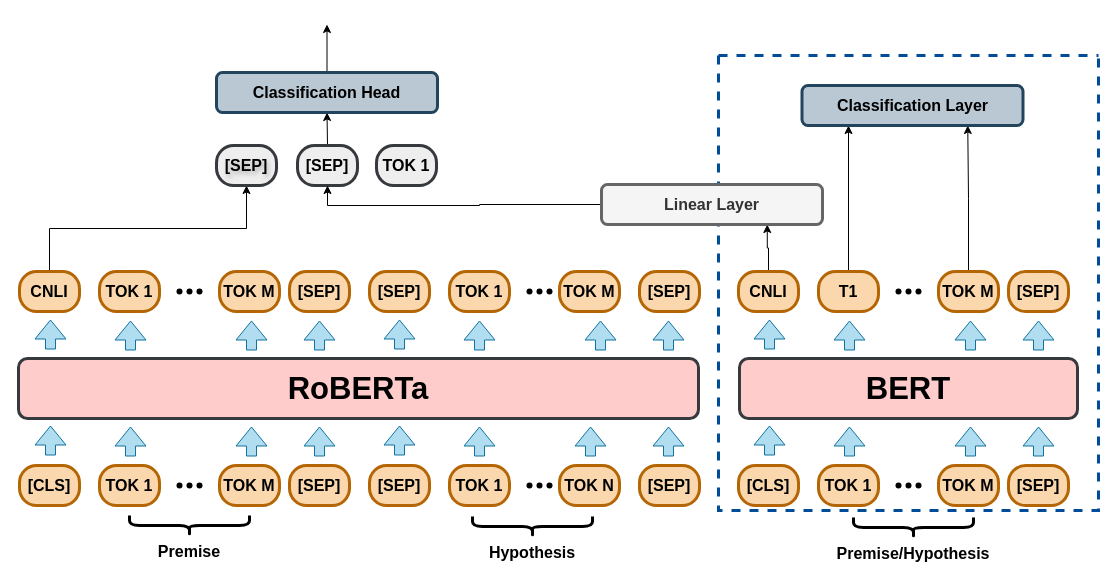
Before: RoBERTa.drawio in JinboYao/mentalHealthPrediction, a draw.io diagram. Source tidied: cells renumbered, new cells numbered last; positions are measured from the earlier drawing's top-left corner, leaving out a move shared by most shapes. Both pictures are drawn from the tidied source at 100%, with x=0, y=0 at pixel (18, 24).
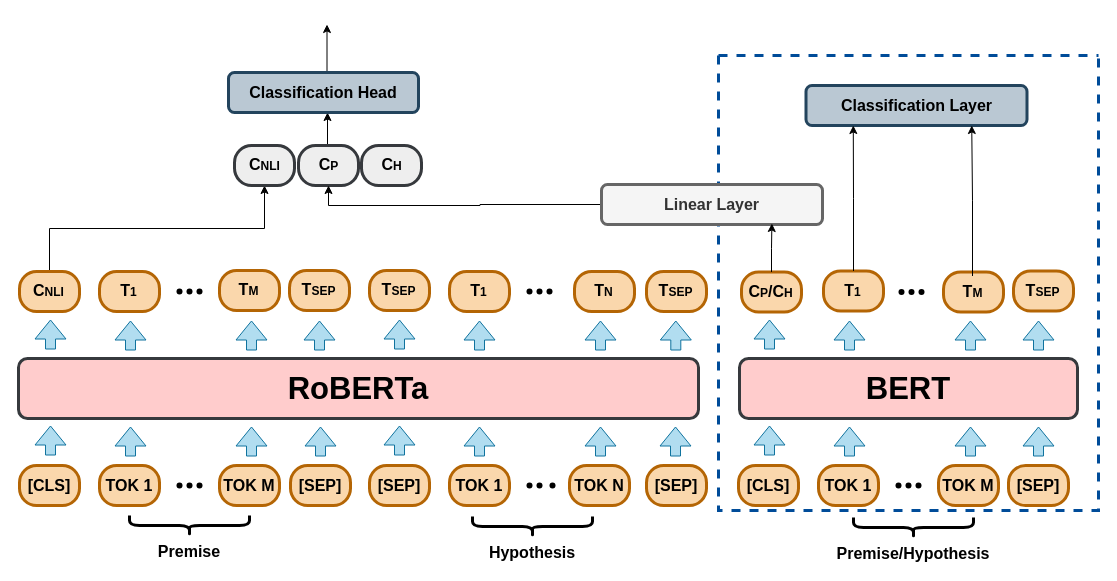
The same page after the edit.

The change refers to these unchanged cells:
```xml
<mxCell id="82" style="swimlane;startSize=0;strokeWidth=3;dashed=1;strokeColor=#004C99;" parent="1" vertex="1">
  <mxGeometry x="700" y="31" width="380" height="455" as="geometry" />
</mxCell>
<mxCell id="83" value="&lt;font style=&quot;font-size: 16px;&quot; face=&quot;Helvetica&quot;&gt;&lt;b style=&quot;font-size: 16px;&quot;&gt;Linear&amp;nbsp;&lt;/b&gt;&lt;/font&gt;&lt;b style=&quot;font-size: 16px;&quot;&gt;Layer&lt;/b&gt;" style="rounded=1;whiteSpace=wrap;html=1;strokeWidth=3;fillColor=#f5f5f5;strokeColor=#666666;fontColor=#333333;fontSize=16;" parent="1" vertex="1">
  <mxGeometry x="583" y="160" width="221" height="40" as="geometry" />
</mxCell>
```

Change to the diagram source:
```diff
@@
     <mxCell id="4" style="shape=flexArrow;endArrow=classic;html=1;rounded=0;fillColor=#b1ddf0;strokeColor=#10739e;" parent="1" edge="1">
       <mxGeometry relative="1" as="geometry">
-        <mxPoint x="301" y="432" as="sourcePoint" />
-        <mxPoint x="301" y="402" as="targetPoint" />
+        <mxPoint x="302" y="432" as="sourcePoint" />
+        <mxPoint x="302" y="402" as="targetPoint" />
       </mxGeometry>
     </mxCell>
@@
     <mxCell id="9" value="[SEP]" style="whiteSpace=wrap;align=center;verticalAlign=middle;fontStyle=1;strokeWidth=3;fillColor=#fad7ac;strokeColor=#b46504;rounded=1;arcSize=43;fontSize=16;" parent="1" vertex="1">
-      <mxGeometry x="271" y="441" width="60" height="40" as="geometry" />
+      <mxGeometry x="272" y="441" width="60" height="40" as="geometry" />
     </mxCell>
@@
     <mxCell id="15" value="TOK N" style="whiteSpace=wrap;align=center;verticalAlign=middle;fontStyle=1;strokeWidth=3;fillColor=#fad7ac;strokeColor=#b46504;rounded=1;arcSize=43;fontSize=16;" parent="1" vertex="1">
-      <mxGeometry x="541" y="441" width="60" height="40" as="geometry" />
+      <mxGeometry x="551" y="441" width="60" height="40" as="geometry" />
     </mxCell>
@@
     <mxCell id="17" style="shape=waypoint;sketch=0;fillStyle=solid;size=6;fillColor=none;perimeter=centerPerimeter;fontSize=16;" parent="1" vertex="1">
-      <mxGeometry x="521" y="451" width="20" height="20" as="geometry" />
+      <mxGeometry x="524" y="451" width="20" height="20" as="geometry" />
     </mxCell>
@@
     <mxCell id="19" value="[SEP]" style="whiteSpace=wrap;align=center;verticalAlign=middle;fontStyle=1;strokeWidth=3;fillColor=#fad7ac;strokeColor=#b46504;rounded=1;arcSize=43;fontSize=16;" parent="1" vertex="1">
-      <mxGeometry x="621" y="441" width="60" height="40" as="geometry" />
+      <mxGeometry x="628" y="441" width="60" height="40" as="geometry" />
     </mxCell>
@@
     <mxCell id="22" style="shape=flexArrow;endArrow=classic;html=1;rounded=0;fillColor=#b1ddf0;strokeColor=#10739e;" parent="1" edge="1">
       <mxGeometry relative="1" as="geometry">
-        <mxPoint x="650" y="432" as="sourcePoint" />
-        <mxPoint x="650" y="402" as="targetPoint" />
+        <mxPoint x="657" y="432" as="sourcePoint" />
+        <mxPoint x="657" y="402" as="targetPoint" />
       </mxGeometry>
     </mxCell>
     <mxCell id="23" style="shape=flexArrow;endArrow=classic;html=1;rounded=0;fillColor=#b1ddf0;strokeColor=#10739e;" parent="1" edge="1">
       <mxGeometry relative="1" as="geometry">
-        <mxPoint x="572" y="432" as="sourcePoint" />
-        <mxPoint x="572" y="402" as="targetPoint" />
+        <mxPoint x="582" y="432" as="sourcePoint" />
+        <mxPoint x="582" y="402" as="targetPoint" />
       </mxGeometry>
     </mxCell>
@@
-    <mxCell id="26" value="CNLI" style="whiteSpace=wrap;align=center;verticalAlign=middle;fontStyle=1;strokeWidth=3;fillColor=#fad7ac;strokeColor=#b46504;rounded=1;arcSize=43;fontSize=16;" parent="1" vertex="1">
+    <mxCell id="26" style="whiteSpace=wrap;align=center;verticalAlign=middle;fontStyle=1;strokeWidth=3;fillColor=#fad7ac;strokeColor=#b46504;rounded=1;arcSize=43;fontSize=16;" parent="1" vertex="1">
       <mxGeometry x="1" y="247" width="60" height="40" as="geometry" />
     </mxCell>
-    <mxCell id="27" value="TOK 1" style="whiteSpace=wrap;align=center;verticalAlign=middle;fontStyle=1;strokeWidth=3;fillColor=#fad7ac;strokeColor=#b46504;rounded=1;arcSize=43;flipH=1;fontSize=16;" parent="1" vertex="1">
-      <mxGeometry x="81" y="247" width="60" height="40" as="geometry" />
-    </mxCell>
-    <mxCell id="28" value="TOK M" style="whiteSpace=wrap;align=center;verticalAlign=middle;fontStyle=1;strokeWidth=3;fillColor=#fad7ac;strokeColor=#b46504;rounded=1;arcSize=43;fontSize=16;" parent="1" vertex="1">
-      <mxGeometry x="201" y="247" width="60" height="40" as="geometry" />
-    </mxCell>
-    <mxCell id="29" value="[SEP]" style="whiteSpace=wrap;align=center;verticalAlign=middle;fontStyle=1;strokeWidth=3;fillColor=#fad7ac;strokeColor=#b46504;rounded=1;arcSize=43;fontSize=16;" parent="1" vertex="1">
-      <mxGeometry x="271" y="247" width="60" height="40" as="geometry" />
-    </mxCell>
-    <mxCell id="30" value="[SEP]" style="whiteSpace=wrap;align=center;verticalAlign=middle;fontStyle=1;strokeWidth=3;fillColor=#fad7ac;strokeColor=#b46504;rounded=1;arcSize=43;fontSize=16;" parent="1" vertex="1">
-      <mxGeometry x="351" y="247" width="60" height="40" as="geometry" />
-    </mxCell>
@@
-    <mxCell id="34" value="TOK 1" style="whiteSpace=wrap;align=center;verticalAlign=middle;fontStyle=1;strokeWidth=3;fillColor=#fad7ac;strokeColor=#b46504;rounded=1;arcSize=43;fontSize=16;" parent="1" vertex="1">
-      <mxGeometry x="431" y="247" width="60" height="40" as="geometry" />
-    </mxCell>
-    <mxCell id="35" value="TOK M" style="whiteSpace=wrap;align=center;verticalAlign=middle;fontStyle=1;strokeWidth=3;fillColor=#fad7ac;strokeColor=#b46504;rounded=1;arcSize=43;fontSize=16;" parent="1" vertex="1">
-      <mxGeometry x="541" y="247" width="60" height="40" as="geometry" />
-    </mxCell>
@@
-    <mxCell id="39" value="[SEP]" style="whiteSpace=wrap;align=center;verticalAlign=middle;fontStyle=1;strokeWidth=3;fillColor=#fad7ac;strokeColor=#b46504;rounded=1;arcSize=43;fontSize=16;" parent="1" vertex="1">
-      <mxGeometry x="621" y="247" width="60" height="40" as="geometry" />
-    </mxCell>
@@
     <mxCell id="46" style="shape=flexArrow;endArrow=classic;html=1;rounded=0;fillColor=#b1ddf0;strokeColor=#10739e;" parent="1" edge="1">
       <mxGeometry relative="1" as="geometry">
-        <mxPoint x="650" y="326" as="sourcePoint" />
-        <mxPoint x="650" y="296" as="targetPoint" />
+        <mxPoint x="657.3" y="326" as="sourcePoint" />
+        <mxPoint x="657.3" y="296" as="targetPoint" />
       </mxGeometry>
     </mxCell>
@@
-    <mxCell id="48" value="[SEP]" style="whiteSpace=wrap;align=center;verticalAlign=middle;fontStyle=1;strokeWidth=3;fillColor=#eeeeee;strokeColor=#36393d;rounded=1;arcSize=43;fontSize=16;textShadow=1;" parent="1" vertex="1">
-      <mxGeometry x="198" y="121" width="60" height="40" as="geometry" />
+    <mxCell id="48" style="whiteSpace=wrap;align=center;verticalAlign=middle;fontStyle=1;strokeWidth=3;fillColor=#eeeeee;strokeColor=#36393d;rounded=1;arcSize=43;fontSize=16;textShadow=1;" parent="1" vertex="1">
+      <mxGeometry x="216" y="121" width="60" height="40" as="geometry" />
     </mxCell>
-    <mxCell id="49" style="edgeStyle=orthogonalEdgeStyle;rounded=0;jettySize=auto;html=1;exitX=0.5;exitY=0;exitDx=0;exitDy=0;entryX=0.5;entryY=1;entryDx=0;entryDy=0;" parent="1" edge="1" source="50" target="53">
-      <mxGeometry relative="1" as="geometry" />
+    <mxCell id="49" style="edgeStyle=orthogonalEdgeStyle;rounded=0;orthogonalLoop=1;jettySize=auto;html=1;exitX=0.5;exitY=0;exitDx=0;exitDy=0;entryX=0.5;entryY=1;entryDx=0;entryDy=0;" parent="1" edge="1">
+      <mxGeometry relative="1" as="geometry">
+        <mxPoint x="314" y="121" as="sourcePoint" />
+        <mxPoint x="309" y="88" as="targetPoint" />
+      </mxGeometry>
     </mxCell>
-    <mxCell id="50" value="[SEP]" style="whiteSpace=wrap;align=center;verticalAlign=middle;fontStyle=1;strokeWidth=3;fillColor=#eeeeee;strokeColor=#36393d;rounded=1;arcSize=43;fontSize=16;" parent="1" vertex="1">
-      <mxGeometry x="279" y="121" width="60" height="40" as="geometry" />
+    <mxCell id="50" style="whiteSpace=wrap;align=center;verticalAlign=middle;fontStyle=1;strokeWidth=3;fillColor=#eeeeee;strokeColor=#36393d;rounded=1;arcSize=43;fontSize=16;" parent="1" vertex="1">
+      <mxGeometry x="280" y="121" width="60" height="40" as="geometry" />
     </mxCell>
-    <mxCell id="51" value="TOK 1" style="whiteSpace=wrap;align=center;verticalAlign=middle;fontStyle=1;strokeWidth=3;fillColor=#eeeeee;strokeColor=#36393d;rounded=1;arcSize=43;fontSize=16;" parent="1" vertex="1">
-      <mxGeometry x="358" y="121" width="60" height="40" as="geometry" />
+    <mxCell id="51" style="whiteSpace=wrap;align=center;verticalAlign=middle;fontStyle=1;strokeWidth=3;fillColor=#eeeeee;strokeColor=#36393d;rounded=1;arcSize=43;fontSize=16;" parent="1" vertex="1">
+      <mxGeometry x="343" y="121" width="60" height="40" as="geometry" />
     </mxCell>
@@
     <mxCell id="53" value="&lt;font face=&quot;Helvetica&quot; style=&quot;font-size: 16px;&quot;&gt;&lt;b style=&quot;font-size: 16px;&quot;&gt;Classification Head&lt;/b&gt;&lt;/font&gt;" style="rounded=1;whiteSpace=wrap;html=1;strokeWidth=3;fillColor=#bac8d3;strokeColor=#23445d;fontSize=16;" parent="1" vertex="1">
-      <mxGeometry x="198" y="48" width="221" height="40" as="geometry" />
+      <mxGeometry x="210" y="48" width="190" height="40" as="geometry" />
     </mxCell>
@@
-    <mxCell id="65" style="edgeStyle=orthogonalEdgeStyle;rounded=0;jettySize=auto;html=1;exitX=0.5;exitY=0;exitDx=0;exitDy=0;entryX=0.75;entryY=1;entryDx=0;entryDy=0;" parent="1" edge="1" source="66" target="83">
-      <mxGeometry relative="1" as="geometry" />
-    </mxCell>
-    <mxCell id="66" value="CNLI" style="whiteSpace=wrap;align=center;verticalAlign=middle;fontStyle=1;strokeWidth=3;fillColor=#fad7ac;strokeColor=#b46504;rounded=1;arcSize=43;fontSize=16;" parent="1" vertex="1">
-      <mxGeometry x="720" y="247" width="60" height="40" as="geometry" />
-    </mxCell>
-    <mxCell id="67" style="edgeStyle=orthogonalEdgeStyle;rounded=0;jettySize=auto;html=1;exitX=0.5;exitY=0;exitDx=0;exitDy=0;" parent="1" edge="1" source="68">
-      <mxGeometry relative="1" as="geometry">
-        <mxPoint x="830" y="101" as="targetPoint" />
-      </mxGeometry>
-    </mxCell>
-    <mxCell id="68" value="T1" style="whiteSpace=wrap;align=center;verticalAlign=middle;fontStyle=1;strokeWidth=3;fillColor=#fad7ac;strokeColor=#b46504;rounded=1;arcSize=43;flipH=1;fontSize=16;" parent="1" vertex="1">
-      <mxGeometry x="800" y="247" width="60" height="40" as="geometry" />
-    </mxCell>
-    <mxCell id="69" style="edgeStyle=orthogonalEdgeStyle;rounded=0;jettySize=auto;html=1;exitX=0.5;exitY=0;exitDx=0;exitDy=0;entryX=0.75;entryY=1;entryDx=0;entryDy=0;" parent="1" edge="1" source="70" target="80">
-      <mxGeometry relative="1" as="geometry" />
-    </mxCell>
-    <mxCell id="70" value="TOK M" style="whiteSpace=wrap;align=center;verticalAlign=middle;fontStyle=1;strokeWidth=3;fillColor=#fad7ac;strokeColor=#b46504;rounded=1;arcSize=43;fontSize=16;" parent="1" vertex="1">
-      <mxGeometry x="920" y="247" width="60" height="40" as="geometry" />
-    </mxCell>
-    <mxCell id="71" value="[SEP]" style="whiteSpace=wrap;align=center;verticalAlign=middle;fontStyle=1;strokeWidth=3;fillColor=#fad7ac;strokeColor=#b46504;rounded=1;arcSize=43;fontSize=16;" parent="1" vertex="1">
-      <mxGeometry x="990" y="247" width="60" height="40" as="geometry" />
-    </mxCell>
-    <mxCell id="72" style="shape=waypoint;sketch=0;fillStyle=solid;size=6;fillColor=none;perimeter=centerPerimeter;fontSize=16;" parent="1" vertex="1">
-      <mxGeometry x="870" y="257" width="20" height="20" as="geometry" />
-    </mxCell>
-    <mxCell id="73" style="shape=waypoint;sketch=0;fillStyle=solid;size=6;fillColor=none;perimeter=centerPerimeter;fontSize=16;" parent="1" vertex="1">
-      <mxGeometry x="890" y="257" width="20" height="20" as="geometry" />
-    </mxCell>
-    <mxCell id="74" style="shape=waypoint;sketch=0;fillStyle=solid;size=6;fillColor=none;perimeter=centerPerimeter;fontSize=16;" parent="1" vertex="1">
-      <mxGeometry x="880" y="257" width="20" height="20" as="geometry" />
-    </mxCell>
@@
     <mxCell id="80" value="&lt;font style=&quot;font-size: 16px;&quot; face=&quot;Helvetica&quot;&gt;&lt;b style=&quot;font-size: 16px;&quot;&gt;Classification Layer&lt;/b&gt;&lt;/font&gt;" style="rounded=1;whiteSpace=wrap;html=1;strokeWidth=3;fillColor=#bac8d3;strokeColor=#23445d;fontSize=16;" parent="1" vertex="1">
-      <mxGeometry x="783.5" y="61" width="221" height="40" as="geometry" />
+      <mxGeometry x="787.5" y="61" width="221" height="40" as="geometry" />
     </mxCell>
@@
+    <mxCell id="87" style="whiteSpace=wrap;align=center;verticalAlign=middle;fontStyle=1;strokeWidth=3;fillColor=#fad7ac;strokeColor=#b46504;rounded=1;arcSize=43;fontSize=16;" parent="82" vertex="1">
+      <mxGeometry x="23" y="216.5" width="60" height="40" as="geometry" />
+    </mxCell>
+    <mxCell id="88" style="shape=waypoint;sketch=0;fillStyle=solid;size=6;fillColor=none;perimeter=centerPerimeter;fontSize=16;" parent="82" vertex="1">
+      <mxGeometry x="173" y="226.5" width="20" height="20" as="geometry" />
+    </mxCell>
+    <mxCell id="89" style="shape=waypoint;sketch=0;fillStyle=solid;size=6;fillColor=none;perimeter=centerPerimeter;fontSize=16;" parent="82" vertex="1">
+      <mxGeometry x="193" y="226.5" width="20" height="20" as="geometry" />
+    </mxCell>
+    <mxCell id="90" style="shape=waypoint;sketch=0;fillStyle=solid;size=6;fillColor=none;perimeter=centerPerimeter;fontSize=16;" parent="82" vertex="1">
+      <mxGeometry x="183" y="226.5" width="20" height="20" as="geometry" />
+    </mxCell>
+    <mxCell id="91" value="&lt;span&gt;&lt;font style=&quot;font-size: 16px;&quot;&gt;C&lt;/font&gt;P&lt;/span&gt;&lt;font style=&quot;font-size: 16px;&quot;&gt;/&lt;/font&gt;&lt;font style=&quot;&quot;&gt;&lt;span style=&quot;font-size: 16px;&quot;&gt;C&lt;/span&gt;&lt;/font&gt;H" style="text;html=1;align=center;verticalAlign=middle;strokeColor=none;fillColor=none;fontStyle=1;" parent="82" vertex="1">
+      <mxGeometry x="17" y="220.5" width="70" height="30" as="geometry" />
+    </mxCell>
+    <mxCell id="92" style="whiteSpace=wrap;align=center;verticalAlign=middle;fontStyle=1;strokeWidth=3;fillColor=#fad7ac;strokeColor=#b46504;rounded=1;arcSize=43;fontSize=16;" parent="82" vertex="1">
+      <mxGeometry x="105" y="215.5" width="60" height="40" as="geometry" />
+    </mxCell>
+    <mxCell id="93" value="&lt;span style=&quot;font-size: 16px;&quot;&gt;T&lt;/span&gt;1" style="text;html=1;align=center;verticalAlign=middle;strokeColor=none;fillColor=none;fontStyle=1;" parent="82" vertex="1">
+      <mxGeometry x="114" y="219.5" width="40" height="30" as="geometry" />
+    </mxCell>
+    <mxCell id="94" style="whiteSpace=wrap;align=center;verticalAlign=middle;fontStyle=1;strokeWidth=3;fillColor=#fad7ac;strokeColor=#b46504;rounded=1;arcSize=43;fontSize=16;" parent="82" vertex="1">
+      <mxGeometry x="225" y="216.5" width="60" height="40" as="geometry" />
+    </mxCell>
+    <mxCell id="95" value="&lt;span style=&quot;font-size: 16px;&quot;&gt;T&lt;/span&gt;M" style="text;html=1;align=center;verticalAlign=middle;points=[];strokeColor=none;fillColor=none;fontStyle=1;" parent="82" vertex="1">
+      <mxGeometry x="234" y="220.5" width="40" height="30" as="geometry" />
+    </mxCell>
+    <mxCell id="96" style="whiteSpace=wrap;align=center;verticalAlign=middle;fontStyle=1;strokeWidth=3;fillColor=#fad7ac;strokeColor=#b46504;rounded=1;arcSize=43;fontSize=16;" parent="82" vertex="1">
+      <mxGeometry x="295" y="215.5" width="60" height="40" as="geometry" />
+    </mxCell>
+    <mxCell id="97" value="&lt;span style=&quot;font-size: 16px;&quot;&gt;T&lt;/span&gt;SEP" style="text;html=1;align=center;verticalAlign=middle;strokeColor=none;fillColor=none;fontStyle=1;" parent="82" vertex="1">
+      <mxGeometry x="294" y="219.5" width="60" height="30" as="geometry" />
+    </mxCell>
@@
+    <mxCell id="98" value="&lt;span&gt;&lt;font style=&quot;font-size: 16px;&quot;&gt;C&lt;/font&gt;NLI&lt;/span&gt;" style="text;html=1;align=center;verticalAlign=middle;strokeColor=none;fillColor=none;fontStyle=1;" parent="1" vertex="1">
+      <mxGeometry x="5" y="251" width="50" height="30" as="geometry" />
+    </mxCell>
+    <mxCell id="99" style="whiteSpace=wrap;align=center;verticalAlign=middle;fontStyle=1;strokeWidth=3;fillColor=#fad7ac;strokeColor=#b46504;rounded=1;arcSize=43;fontSize=16;" parent="1" vertex="1">
+      <mxGeometry x="81" y="247" width="60" height="40" as="geometry" />
+    </mxCell>
+    <mxCell id="100" value="&lt;span style=&quot;font-size: 16px;&quot;&gt;T&lt;/span&gt;1" style="text;html=1;align=center;verticalAlign=middle;strokeColor=none;fillColor=none;fontStyle=1;" parent="1" vertex="1">
+      <mxGeometry x="90" y="251" width="40" height="30" as="geometry" />
+    </mxCell>
+    <mxCell id="101" style="whiteSpace=wrap;align=center;verticalAlign=middle;fontStyle=1;strokeWidth=3;fillColor=#fad7ac;strokeColor=#b46504;rounded=1;arcSize=43;fontSize=16;" parent="1" vertex="1">
+      <mxGeometry x="201" y="246" width="60" height="40" as="geometry" />
+    </mxCell>
+    <mxCell id="102" value="&lt;span style=&quot;font-size: 16px;&quot;&gt;T&lt;/span&gt;M" style="text;html=1;align=center;verticalAlign=middle;strokeColor=none;fillColor=none;fontStyle=1;" parent="1" vertex="1">
+      <mxGeometry x="210" y="250" width="40" height="30" as="geometry" />
+    </mxCell>
+    <mxCell id="103" style="whiteSpace=wrap;align=center;verticalAlign=middle;fontStyle=1;strokeWidth=3;fillColor=#fad7ac;strokeColor=#b46504;rounded=1;arcSize=43;fontSize=16;" parent="1" vertex="1">
+      <mxGeometry x="271" y="246" width="60" height="40" as="geometry" />
+    </mxCell>
+    <mxCell id="104" value="&lt;span style=&quot;font-size: 16px;&quot;&gt;T&lt;/span&gt;SEP" style="text;html=1;align=center;verticalAlign=middle;strokeColor=none;fillColor=none;fontStyle=1;" parent="1" vertex="1">
+      <mxGeometry x="270" y="250" width="60" height="30" as="geometry" />
+    </mxCell>
+    <mxCell id="105" style="whiteSpace=wrap;align=center;verticalAlign=middle;fontStyle=1;strokeWidth=3;fillColor=#fad7ac;strokeColor=#b46504;rounded=1;arcSize=43;fontSize=16;" parent="1" vertex="1">
+      <mxGeometry x="351" y="246" width="60" height="40" as="geometry" />
+    </mxCell>
+    <mxCell id="106" value="&lt;span style=&quot;font-size: 16px;&quot;&gt;T&lt;/span&gt;SEP" style="text;html=1;align=center;verticalAlign=middle;strokeColor=none;fillColor=none;fontStyle=1;" parent="1" vertex="1">
+      <mxGeometry x="350" y="250" width="60" height="30" as="geometry" />
+    </mxCell>
+    <mxCell id="107" style="whiteSpace=wrap;align=center;verticalAlign=middle;fontStyle=1;strokeWidth=3;fillColor=#fad7ac;strokeColor=#b46504;rounded=1;arcSize=43;fontSize=16;" parent="1" vertex="1">
+      <mxGeometry x="431" y="247" width="60" height="40" as="geometry" />
+    </mxCell>
+    <mxCell id="108" value="&lt;span style=&quot;font-size: 16px;&quot;&gt;T&lt;/span&gt;1" style="text;html=1;align=center;verticalAlign=middle;strokeColor=none;fillColor=none;fontStyle=1;" parent="1" vertex="1">
+      <mxGeometry x="440" y="251" width="40" height="30" as="geometry" />
+    </mxCell>
+    <mxCell id="109" style="whiteSpace=wrap;align=center;verticalAlign=middle;fontStyle=1;strokeWidth=3;fillColor=#fad7ac;strokeColor=#b46504;rounded=1;arcSize=43;fontSize=16;" parent="1" vertex="1">
+      <mxGeometry x="556" y="247" width="60" height="40" as="geometry" />
+    </mxCell>
+    <mxCell id="110" value="&lt;span style=&quot;font-size: 16px;&quot;&gt;T&lt;/span&gt;N" style="text;html=1;align=center;verticalAlign=middle;strokeColor=none;fillColor=none;fontStyle=1;" parent="1" vertex="1">
+      <mxGeometry x="565" y="251" width="40" height="30" as="geometry" />
+    </mxCell>
+    <mxCell id="111" style="whiteSpace=wrap;align=center;verticalAlign=middle;fontStyle=1;strokeWidth=3;fillColor=#fad7ac;strokeColor=#b46504;rounded=1;arcSize=43;fontSize=16;" parent="1" vertex="1">
+      <mxGeometry x="628" y="247" width="60" height="40" as="geometry" />
+    </mxCell>
+    <mxCell id="112" value="&lt;span style=&quot;font-size: 16px;&quot;&gt;T&lt;/span&gt;SEP" style="text;html=1;align=center;verticalAlign=middle;strokeColor=none;fillColor=none;fontStyle=1;" parent="1" vertex="1">
+      <mxGeometry x="627" y="251" width="60" height="30" as="geometry" />
+    </mxCell>
+    <mxCell id="113" style="edgeStyle=orthogonalEdgeStyle;rounded=0;jettySize=auto;html=1;entryX=0.771;entryY=0.975;entryDx=0;entryDy=0;entryPerimeter=0;" parent="1" edge="1" source="87" target="83">
+      <mxGeometry relative="1" as="geometry" />
+    </mxCell>
+    <mxCell id="114" style="edgeStyle=orthogonalEdgeStyle;rounded=0;jettySize=auto;html=1;exitX=0.5;exitY=0;exitDx=0;exitDy=0;entryX=0.214;entryY=1;entryDx=0;entryDy=0;entryPerimeter=0;" parent="1" edge="1" source="92" target="80">
+      <mxGeometry relative="1" as="geometry" />
+    </mxCell>
+    <mxCell id="115" style="edgeStyle=orthogonalEdgeStyle;rounded=0;jettySize=auto;html=1;entryX=0.75;entryY=1;entryDx=0;entryDy=0;" parent="1" edge="1" source="95" target="80">
+      <mxGeometry relative="1" as="geometry" />
+    </mxCell>
+    <mxCell id="116" value="&lt;span&gt;&lt;font style=&quot;font-size: 16px;&quot;&gt;C&lt;/font&gt;NLI&lt;/span&gt;" style="text;html=1;align=center;verticalAlign=middle;strokeColor=none;fillColor=none;fontStyle=1;" parent="1" vertex="1">
+      <mxGeometry x="221" y="125" width="50" height="30" as="geometry" />
+    </mxCell>
+    <mxCell id="117" value="&lt;span&gt;&lt;font style=&quot;font-size: 16px;&quot;&gt;C&lt;/font&gt;P&lt;/span&gt;" style="text;html=1;align=center;verticalAlign=middle;strokeColor=none;fillColor=none;fontStyle=1;" parent="1" vertex="1">
+      <mxGeometry x="290" y="125" width="40" height="30" as="geometry" />
+    </mxCell>
+    <mxCell id="118" value="&lt;span&gt;&lt;font style=&quot;font-size: 16px;&quot;&gt;C&lt;/font&gt;H&lt;/span&gt;" style="text;html=1;align=center;verticalAlign=middle;strokeColor=none;fillColor=none;fontStyle=1;" parent="1" vertex="1">
+      <mxGeometry x="353" y="125" width="40" height="30" as="geometry" />
+    </mxCell>
```
